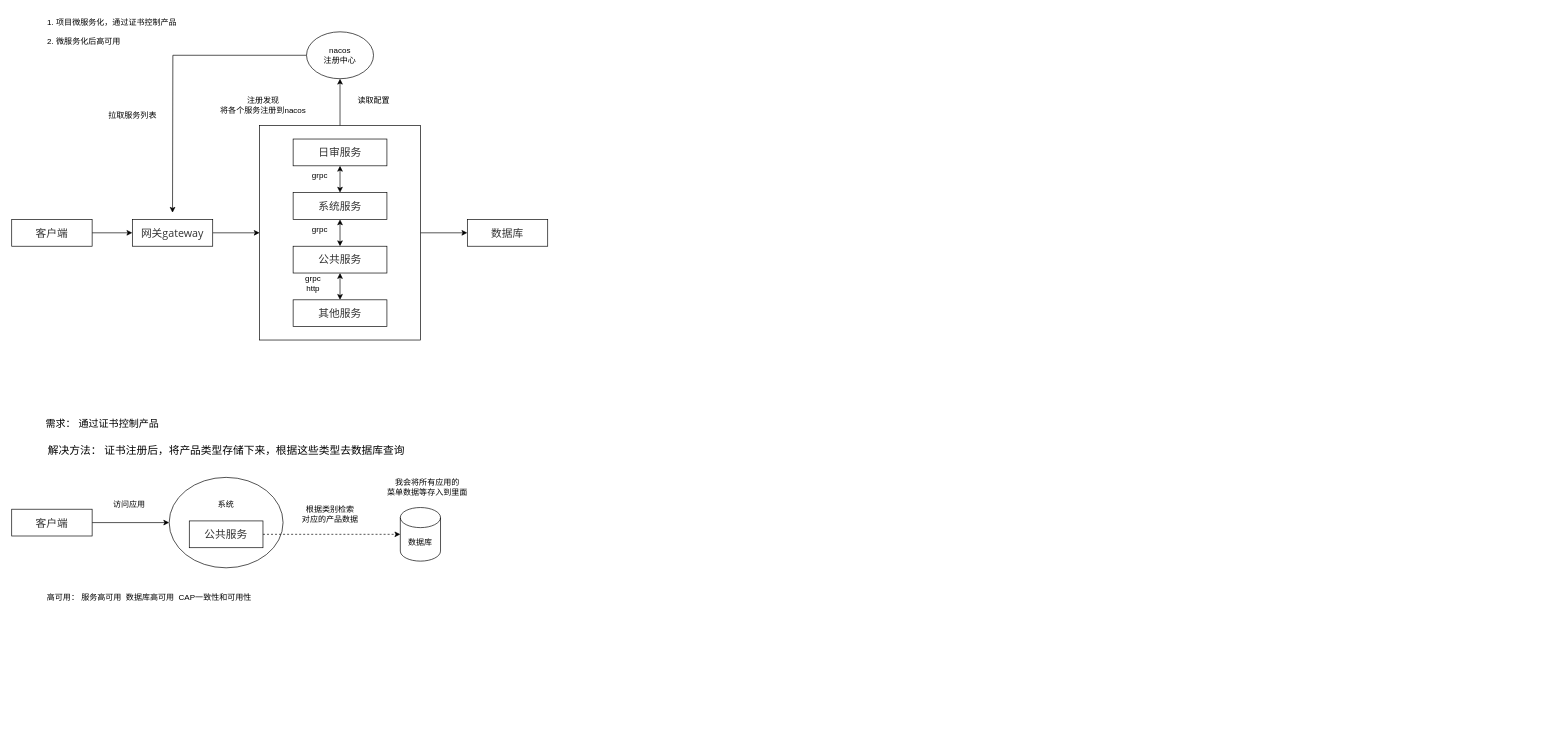
This is 微服务化.drawio from Rodma1/draw, a draw.io file, before an edit. Source tidied: cells renumbered, new cells numbered last; positions are measured from the earlier drawing's top-left corner, leaving out a move shared by most shapes. Both pictures are drawn from the tidied source at 67%, with x=0, y=0 at pixel (11, 11).
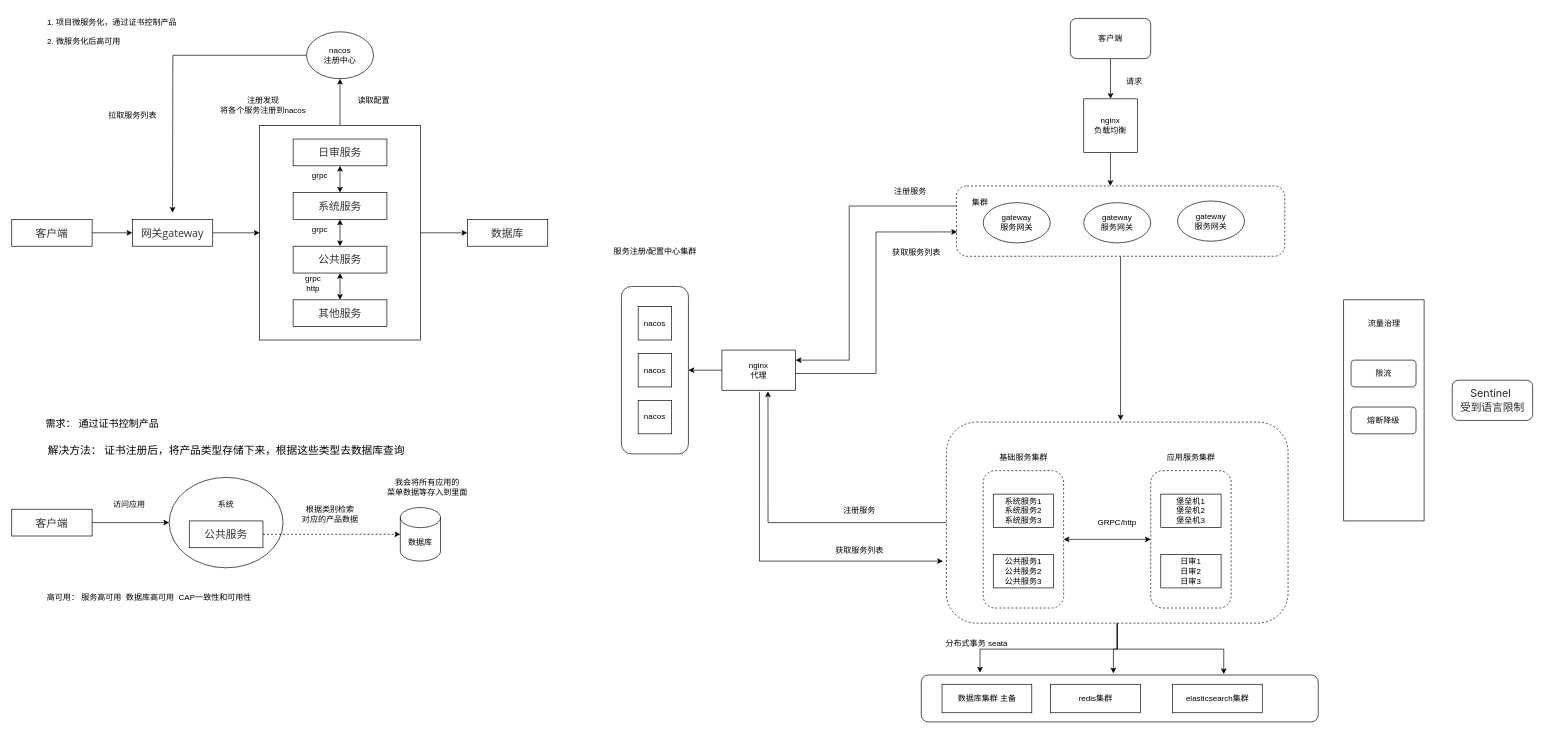
The same diagram, later.

Commit message:
微服务高可用架构图.drawio

What changed in the source:
```diff
@@
+    <mxCell id="39" value="GRPC/http" style="rounded=1;whiteSpace=wrap;html=1;dashed=1;" parent="1" vertex="1">
+      <mxGeometry x="1395" y="612.5" width="510" height="300" as="geometry" />
+    </mxCell>
+    <mxCell id="40" style="rounded=1;whiteSpace=wrap;html=1;dashed=1;" parent="1" vertex="1">
+      <mxGeometry x="1450" y="685" width="120" height="205" as="geometry" />
+    </mxCell>
+    <mxCell id="41" style="rounded=1;whiteSpace=wrap;html=1;dashed=1;" parent="1" vertex="1">
+      <mxGeometry x="1700" y="685" width="120" height="205" as="geometry" />
+    </mxCell>
+    <mxCell id="42" style="edgeStyle=orthogonalEdgeStyle;rounded=0;jettySize=auto;html=1;" parent="1" edge="1" source="44">
+      <mxGeometry relative="1" as="geometry">
+        <mxPoint x="1655" y="610" as="targetPoint" />
+      </mxGeometry>
+    </mxCell>
+    <mxCell id="43" style="edgeStyle=orthogonalEdgeStyle;rounded=0;jettySize=auto;html=1;entryX=1;entryY=0.25;entryDx=0;entryDy=0;" parent="1" edge="1" source="44" target="70">
+      <mxGeometry relative="1" as="geometry">
+        <Array as="points">
+          <mxPoint x="1250" y="290" />
+          <mxPoint x="1250" y="520" />
+        </Array>
+      </mxGeometry>
+    </mxCell>
+    <mxCell id="44" style="rounded=1;whiteSpace=wrap;html=1;dashed=1;" parent="1" vertex="1">
+      <mxGeometry x="1410" y="260" width="490" height="105" as="geometry" />
+    </mxCell>
@@
+    <mxCell id="45" style="edgeStyle=orthogonalEdgeStyle;rounded=0;jettySize=auto;html=1;entryX=0.5;entryY=0;entryDx=0;entryDy=0;" parent="1" edge="1" source="46" target="47">
+      <mxGeometry relative="1" as="geometry" />
+    </mxCell>
+    <mxCell id="46" value="客户端" style="rounded=1;whiteSpace=wrap;html=1;" parent="1" vertex="1">
+      <mxGeometry x="1580" y="10" width="120" height="60" as="geometry" />
+    </mxCell>
+    <mxCell id="47" value="nginx&lt;br&gt;负载均衡" style="whiteSpace=wrap;html=1;" parent="1" vertex="1">
+      <mxGeometry x="1600" y="130" width="80" height="80" as="geometry" />
+    </mxCell>
+    <mxCell id="48" value="请求" style="text;html=1;align=center;verticalAlign=middle;strokeColor=none;fillColor=none;" parent="1" vertex="1">
+      <mxGeometry x="1650" y="90" width="50" height="30" as="geometry" />
+    </mxCell>
+    <mxCell id="49" value="gateway&lt;div&gt;服务网关&lt;/div&gt;" style="ellipse;whiteSpace=wrap;html=1;" parent="1" vertex="1">
+      <mxGeometry x="1450" y="285" width="100" height="60" as="geometry" />
+    </mxCell>
+    <mxCell id="50" value="gateway&lt;div&gt;服务网关&lt;br&gt;&lt;/div&gt;" style="ellipse;whiteSpace=wrap;html=1;" parent="1" vertex="1">
+      <mxGeometry x="1600" y="285" width="100" height="60" as="geometry" />
+    </mxCell>
+    <mxCell id="51" value="gateway&lt;div&gt;服务网关&lt;br&gt;&lt;/div&gt;" style="ellipse;whiteSpace=wrap;html=1;" parent="1" vertex="1">
+      <mxGeometry x="1740" y="282.5" width="100" height="60" as="geometry" />
+    </mxCell>
+    <mxCell id="52" style="edgeStyle=orthogonalEdgeStyle;rounded=0;jettySize=auto;html=1;entryX=0.469;entryY=0;entryDx=0;entryDy=0;entryPerimeter=0;" parent="1" edge="1" source="47" target="44">
+      <mxGeometry relative="1" as="geometry" />
+    </mxCell>
+    <mxCell id="53" style="rounded=1;whiteSpace=wrap;html=1;" parent="1" vertex="1">
+      <mxGeometry x="910" y="410" width="100" height="250" as="geometry" />
+    </mxCell>
+    <mxCell id="54" value="nacos" style="whiteSpace=wrap;html=1;direction=south;" parent="1" vertex="1">
+      <mxGeometry x="935" y="440" width="50" height="50" as="geometry" />
+    </mxCell>
+    <mxCell id="55" value="nacos" style="whiteSpace=wrap;html=1;" parent="1" vertex="1">
+      <mxGeometry x="935" y="510" width="50" height="50" as="geometry" />
+    </mxCell>
+    <mxCell id="56" value="nacos" style="whiteSpace=wrap;html=1;" parent="1" vertex="1">
+      <mxGeometry x="935" y="580" width="50" height="50" as="geometry" />
+    </mxCell>
+    <mxCell id="57" value="服务注册/配置中心集群" style="text;html=1;align=center;verticalAlign=middle;strokeColor=none;fillColor=none;" parent="1" vertex="1">
+      <mxGeometry x="885" y="342.5" width="150" height="30" as="geometry" />
+    </mxCell>
+    <mxCell id="58" value="注册服务" style="text;html=1;align=center;verticalAlign=middle;strokeColor=none;fillColor=none;" parent="1" vertex="1">
+      <mxGeometry x="1306" y="252.5" width="70" height="30" as="geometry" />
+    </mxCell>
+    <mxCell id="59" value="集群" style="text;html=1;align=center;verticalAlign=middle;strokeColor=none;fillColor=none;" parent="1" vertex="1">
+      <mxGeometry x="1420" y="270" width="50" height="30" as="geometry" />
+    </mxCell>
+    <mxCell id="60" value="获取服务列表" style="text;html=1;align=center;verticalAlign=middle;strokeColor=none;fillColor=none;" parent="1" vertex="1">
+      <mxGeometry x="1300" y="345" width="100" height="30" as="geometry" />
+    </mxCell>
+    <mxCell id="61" value="基础服务集群" style="text;html=1;align=center;verticalAlign=middle;strokeColor=none;fillColor=none;" parent="1" vertex="1">
+      <mxGeometry x="1460" y="650" width="100" height="30" as="geometry" />
+    </mxCell>
+    <mxCell id="62" value="系统服务1&lt;div&gt;系统服务2&lt;br&gt;&lt;/div&gt;&lt;div&gt;系统服务3&lt;br&gt;&lt;/div&gt;" style="rounded=0;whiteSpace=wrap;html=1;" parent="1" vertex="1">
+      <mxGeometry x="1465" y="720" width="90" height="50" as="geometry" />
+    </mxCell>
+    <mxCell id="63" value="公共服务1&lt;div&gt;公共服务2&lt;br&gt;&lt;/div&gt;&lt;div&gt;公共服务3&lt;br&gt;&lt;/div&gt;" style="rounded=0;whiteSpace=wrap;html=1;" parent="1" vertex="1">
+      <mxGeometry x="1465" y="810" width="90" height="50" as="geometry" />
+    </mxCell>
+    <mxCell id="64" value="应用服务集群" style="text;html=1;align=center;verticalAlign=middle;strokeColor=none;fillColor=none;" parent="1" vertex="1">
+      <mxGeometry x="1710" y="650" width="100" height="30" as="geometry" />
+    </mxCell>
+    <mxCell id="65" value="堡垒机1&lt;div&gt;堡垒机2&lt;br&gt;&lt;/div&gt;&lt;div&gt;堡垒机3&lt;br&gt;&lt;/div&gt;" style="rounded=0;whiteSpace=wrap;html=1;" parent="1" vertex="1">
+      <mxGeometry x="1715" y="720" width="90" height="50" as="geometry" />
+    </mxCell>
+    <mxCell id="66" value="日审1&lt;div&gt;日审2&lt;/div&gt;&lt;div&gt;日审3&lt;/div&gt;" style="rounded=0;whiteSpace=wrap;html=1;" parent="1" vertex="1">
+      <mxGeometry x="1715" y="810" width="90" height="50" as="geometry" />
+    </mxCell>
+    <mxCell id="67" value="注册服务" style="text;html=1;align=center;verticalAlign=middle;strokeColor=none;fillColor=none;" parent="1" vertex="1">
+      <mxGeometry x="1230" y="730" width="70" height="30" as="geometry" />
+    </mxCell>
+    <mxCell id="68" value="获取服务列表" style="text;html=1;align=center;verticalAlign=middle;strokeColor=none;fillColor=none;" parent="1" vertex="1">
+      <mxGeometry x="1215" y="790" width="100" height="30" as="geometry" />
+    </mxCell>
+    <mxCell id="69" style="edgeStyle=orthogonalEdgeStyle;rounded=0;jettySize=auto;html=1;" parent="1" edge="1" source="70" target="53">
+      <mxGeometry relative="1" as="geometry" />
+    </mxCell>
+    <mxCell id="70" value="nginx&lt;br&gt;代理" style="rounded=0;whiteSpace=wrap;html=1;" parent="1" vertex="1">
+      <mxGeometry x="1060" y="505" width="110" height="60" as="geometry" />
+    </mxCell>
+    <mxCell id="71" style="edgeStyle=orthogonalEdgeStyle;rounded=0;jettySize=auto;html=1;entryX=0.002;entryY=0.654;entryDx=0;entryDy=0;entryPerimeter=0;" parent="1" edge="1" source="70" target="44">
+      <mxGeometry relative="1" as="geometry">
+        <Array as="points">
+          <mxPoint x="1290" y="540" />
+          <mxPoint x="1290" y="329" />
+        </Array>
+      </mxGeometry>
+    </mxCell>
+    <mxCell id="72" style="edgeStyle=orthogonalEdgeStyle;rounded=0;jettySize=auto;html=1;entryX=0.625;entryY=1.024;entryDx=0;entryDy=0;entryPerimeter=0;" parent="1" edge="1" source="39" target="70">
+      <mxGeometry relative="1" as="geometry" />
+    </mxCell>
+    <mxCell id="73" style="edgeStyle=orthogonalEdgeStyle;rounded=0;orthogonalLoop=1;jettySize=auto;html=1;entryX=-0.002;entryY=0.659;entryDx=0;entryDy=0;entryPerimeter=0;" parent="1" edge="1">
+      <mxGeometry relative="1" as="geometry">
+        <mxPoint x="1116" y="567.3" as="sourcePoint" />
+        <mxPoint x="1390" y="820" as="targetPoint" />
+        <Array as="points">
+          <mxPoint x="1116" y="820" />
+        </Array>
+      </mxGeometry>
+    </mxCell>
+    <mxCell id="74" style="rounded=1;whiteSpace=wrap;html=1;" parent="1" vertex="1">
+      <mxGeometry x="1357.5" y="990" width="592.5" height="70" as="geometry" />
+    </mxCell>
+    <mxCell id="75" value="数据库集群 主备" style="rounded=0;whiteSpace=wrap;html=1;" parent="1" vertex="1">
+      <mxGeometry x="1388.5" y="1003.8" width="134" height="42.5" as="geometry" />
+    </mxCell>
+    <mxCell id="76" value="redis集群" style="rounded=0;whiteSpace=wrap;html=1;" parent="1" vertex="1">
+      <mxGeometry x="1550.5" y="1003.8" width="134" height="42.5" as="geometry" />
+    </mxCell>
+    <mxCell id="77" value="elasticsearch集群" style="rounded=0;whiteSpace=wrap;html=1;" parent="1" vertex="1">
+      <mxGeometry x="1732.5" y="1003.8" width="134" height="42.5" as="geometry" />
+    </mxCell>
+    <mxCell id="78" style="edgeStyle=orthogonalEdgeStyle;rounded=0;jettySize=auto;html=1;entryX=0.148;entryY=-0.051;entryDx=0;entryDy=0;entryPerimeter=0;" parent="1" edge="1" source="39" target="74">
+      <mxGeometry relative="1" as="geometry" />
+    </mxCell>
+    <mxCell id="79" style="edgeStyle=orthogonalEdgeStyle;rounded=0;jettySize=auto;html=1;entryX=0.484;entryY=-0.035;entryDx=0;entryDy=0;entryPerimeter=0;" parent="1" edge="1" source="39" target="74">
+      <mxGeometry relative="1" as="geometry" />
+    </mxCell>
+    <mxCell id="80" style="edgeStyle=orthogonalEdgeStyle;rounded=0;jettySize=auto;html=1;entryX=0.762;entryY=-0.019;entryDx=0;entryDy=0;entryPerimeter=0;" parent="1" edge="1" source="39" target="74">
+      <mxGeometry relative="1" as="geometry" />
+    </mxCell>
+    <mxCell id="81" value="分布式事务 seata" style="text;html=1;align=center;verticalAlign=middle;strokeColor=none;fillColor=none;" parent="1" vertex="1">
+      <mxGeometry x="1380" y="928" width="120" height="30" as="geometry" />
+    </mxCell>
+    <mxCell id="82" style="endArrow=classic;startArrow=classic;html=1;rounded=0;" parent="1" edge="1" source="40" target="41">
+      <mxGeometry relative="1" as="geometry" />
+    </mxCell>
+    <mxCell id="83" style="rounded=0;whiteSpace=wrap;html=1;" parent="1" vertex="1">
+      <mxGeometry x="1988" y="430" width="120" height="330" as="geometry" />
+    </mxCell>
+    <mxCell id="84" value="流量治理" style="text;html=1;align=center;verticalAlign=middle;strokeColor=none;fillColor=none;" parent="1" vertex="1">
+      <mxGeometry x="2013" y="450" width="70" height="30" as="geometry" />
+    </mxCell>
+    <mxCell id="85" value="&lt;span style=&quot;text-wrap: nowrap;&quot;&gt;限流&lt;/span&gt;" style="rounded=1;whiteSpace=wrap;html=1;" parent="1" vertex="1">
+      <mxGeometry x="1999" y="520" width="97" height="40" as="geometry" />
+    </mxCell>
+    <mxCell id="86" value="&lt;span style=&quot;color: rgb(36, 41, 46); font-family: -apple-system, BlinkMacSystemFont, &amp;quot;Segoe UI&amp;quot;, Helvetica, Arial, sans-serif, &amp;quot;Apple Color Emoji&amp;quot;, &amp;quot;Segoe UI Emoji&amp;quot;, &amp;quot;Segoe UI Symbol&amp;quot;; font-size: 16px; text-align: start;&quot;&gt;Sentinel&amp;nbsp;&lt;/span&gt;&lt;div&gt;&lt;span style=&quot;color: rgb(36, 41, 46); font-family: -apple-system, BlinkMacSystemFont, &amp;quot;Segoe UI&amp;quot;, Helvetica, Arial, sans-serif, &amp;quot;Apple Color Emoji&amp;quot;, &amp;quot;Segoe UI Emoji&amp;quot;, &amp;quot;Segoe UI Symbol&amp;quot;; font-size: 16px; text-align: start;&quot;&gt;受到语言限制&lt;/span&gt;&lt;/div&gt;" style="rounded=1;whiteSpace=wrap;html=1;" parent="1" vertex="1">
+      <mxGeometry x="2150" y="550" width="120" height="60" as="geometry" />
+    </mxCell>
+    <mxCell id="87" value="&lt;span style=&quot;text-wrap: nowrap;&quot;&gt;熔断降级&lt;/span&gt;" style="rounded=1;whiteSpace=wrap;html=1;" parent="1" vertex="1">
+      <mxGeometry x="1999" y="590" width="97" height="40" as="geometry" />
+    </mxCell>
```
